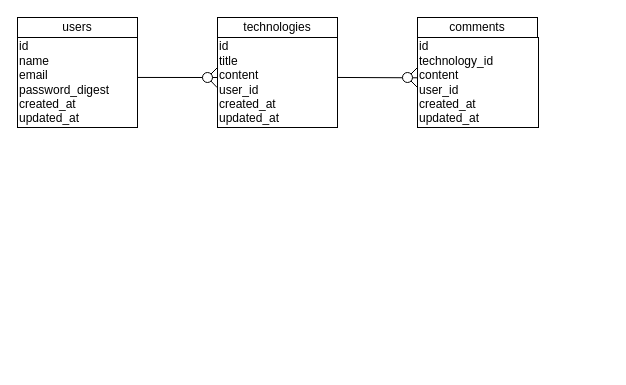
Earlier version of the draw.io diagram Untitled Diagram.drawio (yuuhei-koutoku/cts). Source tidied: cells renumbered, new cells numbered last; positions are measured from the earlier drawing's top-left corner, leaving out a move shared by most shapes. Both pictures are drawn from the tidied source at 100%, with x=0, y=0 at pixel (17, 17).
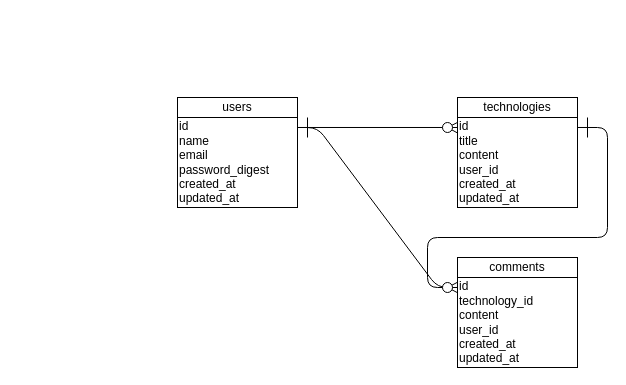
After the change.

The edit, as a diff of the source:
```diff
@@
     <mxCell id="2" value="users" style="rounded=0;whiteSpace=wrap;html=1;" parent="1" vertex="1">
-      <mxGeometry width="120" height="20" as="geometry" />
+      <mxGeometry x="160" y="80" width="120" height="20" as="geometry" />
     </mxCell>
     <mxCell id="3" value="id&lt;br&gt;name&lt;br&gt;email&lt;br&gt;password_digest&lt;br&gt;&lt;span style=&quot;&quot;&gt;created_at&lt;/span&gt;&lt;br style=&quot;&quot;&gt;&lt;span style=&quot;&quot;&gt;updated_at&lt;/span&gt;" style="rounded=0;whiteSpace=wrap;html=1;align=left;" parent="1" vertex="1">
-      <mxGeometry y="20" width="120" height="90" as="geometry" />
+      <mxGeometry x="160" y="100" width="120" height="90" as="geometry" />
     </mxCell>
     <mxCell id="4" value="technologies" style="rounded=0;whiteSpace=wrap;html=1;" parent="1" vertex="1">
-      <mxGeometry x="200" width="120" height="20" as="geometry" />
+      <mxGeometry x="440" y="80" width="120" height="20" as="geometry" />
     </mxCell>
     <mxCell id="5" value="id&lt;br&gt;title&lt;br&gt;content&lt;br&gt;user_id&lt;br&gt;created_at&lt;br&gt;updated_at" style="rounded=0;whiteSpace=wrap;html=1;align=left;" parent="1" vertex="1">
-      <mxGeometry x="200" y="20" width="120" height="90" as="geometry" />
+      <mxGeometry x="440" y="100" width="120" height="90" as="geometry" />
     </mxCell>
     <mxCell id="6" value="comments" style="rounded=0;whiteSpace=wrap;html=1;" parent="1" vertex="1">
-      <mxGeometry x="400" width="120" height="20" as="geometry" />
+      <mxGeometry x="440" y="240" width="120" height="20" as="geometry" />
     </mxCell>
     <mxCell id="7" value="id&lt;br&gt;technology_id&lt;br&gt;content&lt;br&gt;user_id&lt;br&gt;&lt;span style=&quot;&quot;&gt;created_at&lt;/span&gt;&lt;br style=&quot;&quot;&gt;&lt;span style=&quot;&quot;&gt;updated_at&lt;/span&gt;" style="rounded=0;whiteSpace=wrap;html=1;align=left;" parent="1" vertex="1">
-      <mxGeometry x="400" y="20" width="121" height="90" as="geometry" />
+      <mxGeometry x="440" y="260" width="120" height="90" as="geometry" />
     </mxCell>
@@
-    <mxCell id="9" style="endArrow=none;html=1;exitX=1;exitY=0.444;exitDx=0;exitDy=0;exitPerimeter=0;entryX=0;entryY=0.444;entryDx=0;entryDy=0;entryPerimeter=0;" parent="1" edge="1" source="3">
-      <mxGeometry relative="1" as="geometry">
-        <mxPoint x="200" y="60" as="targetPoint" />
-      </mxGeometry>
-    </mxCell>
-    <mxCell id="10" style="endArrow=none;html=1;entryX=0;entryY=0.333;entryDx=0;entryDy=0;entryPerimeter=0;" parent="1" edge="1">
-      <mxGeometry relative="1" as="geometry">
-        <mxPoint x="190" y="60" as="sourcePoint" />
-        <mxPoint x="200" y="50" as="targetPoint" />
-      </mxGeometry>
-    </mxCell>
-    <mxCell id="11" style="endArrow=none;html=1;entryX=-0.017;entryY=0.557;entryDx=0;entryDy=0;entryPerimeter=0;" parent="1" edge="1">
-      <mxGeometry relative="1" as="geometry">
-        <mxPoint x="190" y="60" as="sourcePoint" />
-        <mxPoint x="199.7" y="70.1" as="targetPoint" />
-      </mxGeometry>
-    </mxCell>
-    <mxCell id="12" style="ellipse;whiteSpace=wrap;html=1;align=left;" parent="1" vertex="1">
-      <mxGeometry x="185" y="55" width="10" height="10" as="geometry" />
-    </mxCell>
-    <mxCell id="13" style="endArrow=none;html=1;exitX=1;exitY=0.444;exitDx=0;exitDy=0;exitPerimeter=0;entryX=0.017;entryY=0.448;entryDx=0;entryDy=0;entryPerimeter=0;" parent="1" edge="1" source="5">
-      <mxGeometry relative="1" as="geometry">
-        <mxPoint x="400.3" y="60.3" as="targetPoint" />
-      </mxGeometry>
-    </mxCell>
-    <mxCell id="14" style="endArrow=none;html=1;" parent="1" edge="1">
-      <mxGeometry relative="1" as="geometry">
-        <mxPoint x="390" y="60" as="sourcePoint" />
-        <mxPoint x="400" y="50" as="targetPoint" />
-      </mxGeometry>
-    </mxCell>
-    <mxCell id="15" style="endArrow=none;html=1;entryX=0;entryY=0.556;entryDx=0;entryDy=0;entryPerimeter=0;" parent="1" edge="1">
-      <mxGeometry relative="1" as="geometry">
-        <mxPoint x="390" y="60" as="sourcePoint" />
-        <mxPoint x="400" y="70" as="targetPoint" />
-      </mxGeometry>
-    </mxCell>
-    <mxCell id="16" style="ellipse;whiteSpace=wrap;html=1;align=left;" parent="1" vertex="1">
-      <mxGeometry x="385" y="55" width="10" height="10" as="geometry" />
-    </mxCell>
+    <mxCell id="17" style="endArrow=none;html=1;exitX=1;exitY=0.111;exitDx=0;exitDy=0;exitPerimeter=0;entryX=0;entryY=0.111;entryDx=0;entryDy=0;entryPerimeter=0;" parent="1" edge="1" source="3" target="5">
+      <mxGeometry relative="1" as="geometry" />
+    </mxCell>
+    <mxCell id="18" style="endArrow=none;html=1;entryX=0;entryY=0.111;entryDx=0;entryDy=0;entryPerimeter=0;" parent="1" edge="1" target="7">
+      <mxGeometry relative="1" as="geometry">
+        <mxPoint x="280" y="110" as="sourcePoint" />
+        <Array as="points">
+          <mxPoint x="300" y="110" />
+          <mxPoint x="420" y="270" />
+        </Array>
+      </mxGeometry>
+    </mxCell>
+    <mxCell id="19" style="endArrow=none;html=1;entryX=1;entryY=0.111;entryDx=0;entryDy=0;entryPerimeter=0;" parent="1" edge="1" target="5">
+      <mxGeometry relative="1" as="geometry">
+        <mxPoint x="440" y="270" as="sourcePoint" />
+        <Array as="points">
+          <mxPoint x="410" y="270" />
+          <mxPoint x="410" y="220" />
+          <mxPoint x="590" y="220" />
+          <mxPoint x="590" y="110" />
+        </Array>
+      </mxGeometry>
+    </mxCell>
+    <mxCell id="20" style="endArrow=none;html=1;" parent="1" edge="1">
+      <mxGeometry relative="1" as="geometry">
+        <mxPoint x="290" y="120" as="sourcePoint" />
+        <mxPoint x="290" y="100" as="targetPoint" />
+      </mxGeometry>
+    </mxCell>
+    <mxCell id="21" style="endArrow=none;html=1;" parent="1" edge="1">
+      <mxGeometry relative="1" as="geometry">
+        <mxPoint x="570" y="120" as="sourcePoint" />
+        <mxPoint x="570" y="100" as="targetPoint" />
+      </mxGeometry>
+    </mxCell>
+    <mxCell id="22" style="endArrow=none;html=1;entryX=0.001;entryY=0.054;entryDx=0;entryDy=0;entryPerimeter=0;" parent="1" edge="1" target="5">
+      <mxGeometry relative="1" as="geometry">
+        <mxPoint x="430" y="110" as="sourcePoint" />
+      </mxGeometry>
+    </mxCell>
+    <mxCell id="23" style="endArrow=none;html=1;entryX=0;entryY=0.172;entryDx=0;entryDy=0;entryPerimeter=0;" parent="1" edge="1" target="5">
+      <mxGeometry relative="1" as="geometry">
+        <mxPoint x="430" y="110" as="sourcePoint" />
+      </mxGeometry>
+    </mxCell>
+    <mxCell id="24" style="ellipse;whiteSpace=wrap;html=1;" parent="1" vertex="1">
+      <mxGeometry x="425" y="105" width="10" height="10" as="geometry" />
+    </mxCell>
+    <mxCell id="25" style="endArrow=none;html=1;entryX=-0.002;entryY=0.054;entryDx=0;entryDy=0;entryPerimeter=0;" parent="1" edge="1" target="7">
+      <mxGeometry relative="1" as="geometry">
+        <mxPoint x="430" y="270" as="sourcePoint" />
+      </mxGeometry>
+    </mxCell>
+    <mxCell id="26" style="endArrow=none;html=1;entryX=0;entryY=0.169;entryDx=0;entryDy=0;entryPerimeter=0;" parent="1" edge="1" target="7">
+      <mxGeometry relative="1" as="geometry">
+        <mxPoint x="430" y="270" as="sourcePoint" />
+      </mxGeometry>
+    </mxCell>
+    <mxCell id="27" style="ellipse;whiteSpace=wrap;html=1;" parent="1" vertex="1">
+      <mxGeometry x="425" y="265" width="10" height="10" as="geometry" />
+    </mxCell>
```
